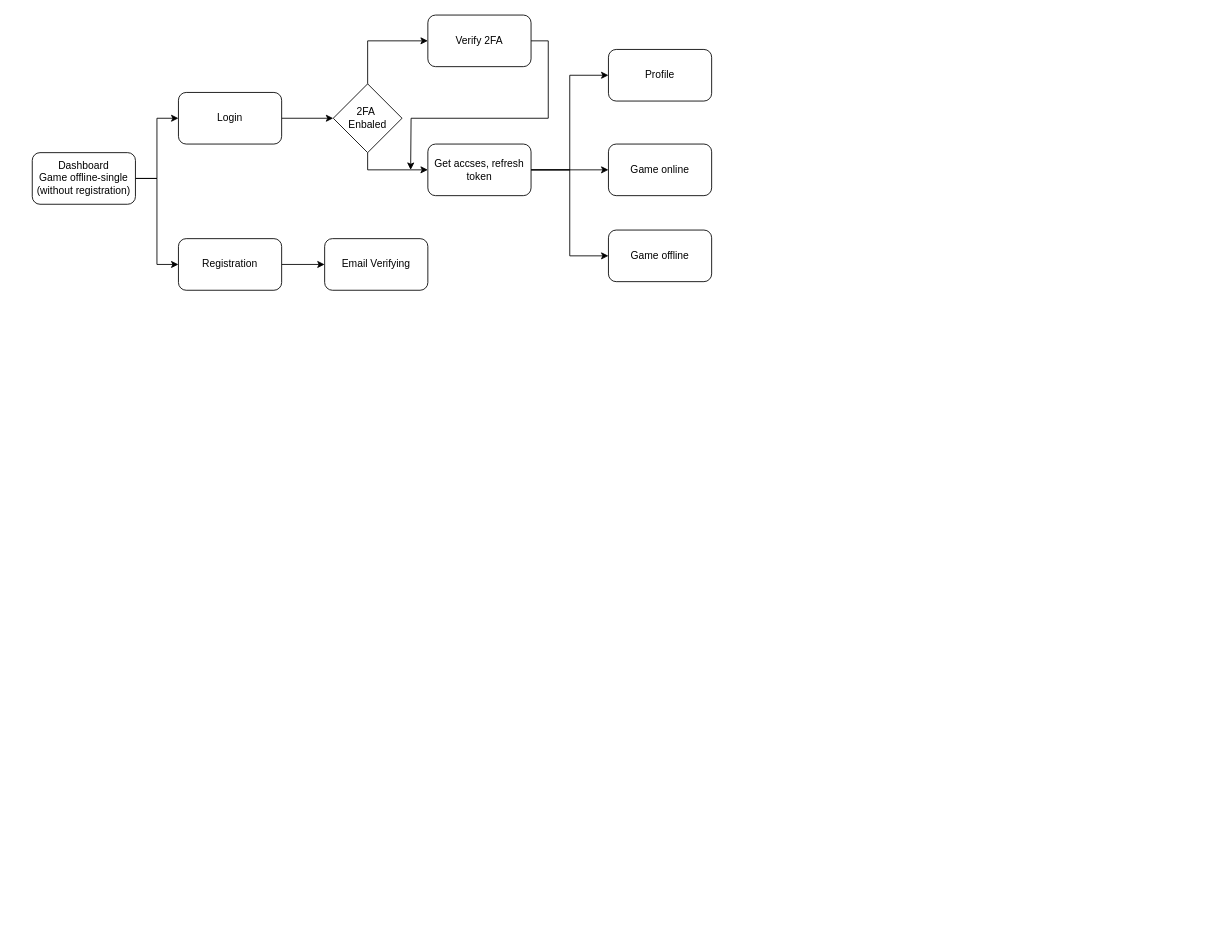
This is docs/ft_transcendese flow.drawio from shokdot/ft_transcendence, a draw.io file, before an edit. Source tidied: cells renumbered, new cells numbered last; positions are measured from the earlier drawing's top-left corner, leaving out a move shared by most shapes. Both pictures are drawn from the tidied source at 86%, with x=0, y=0 at pixel (32, 15).
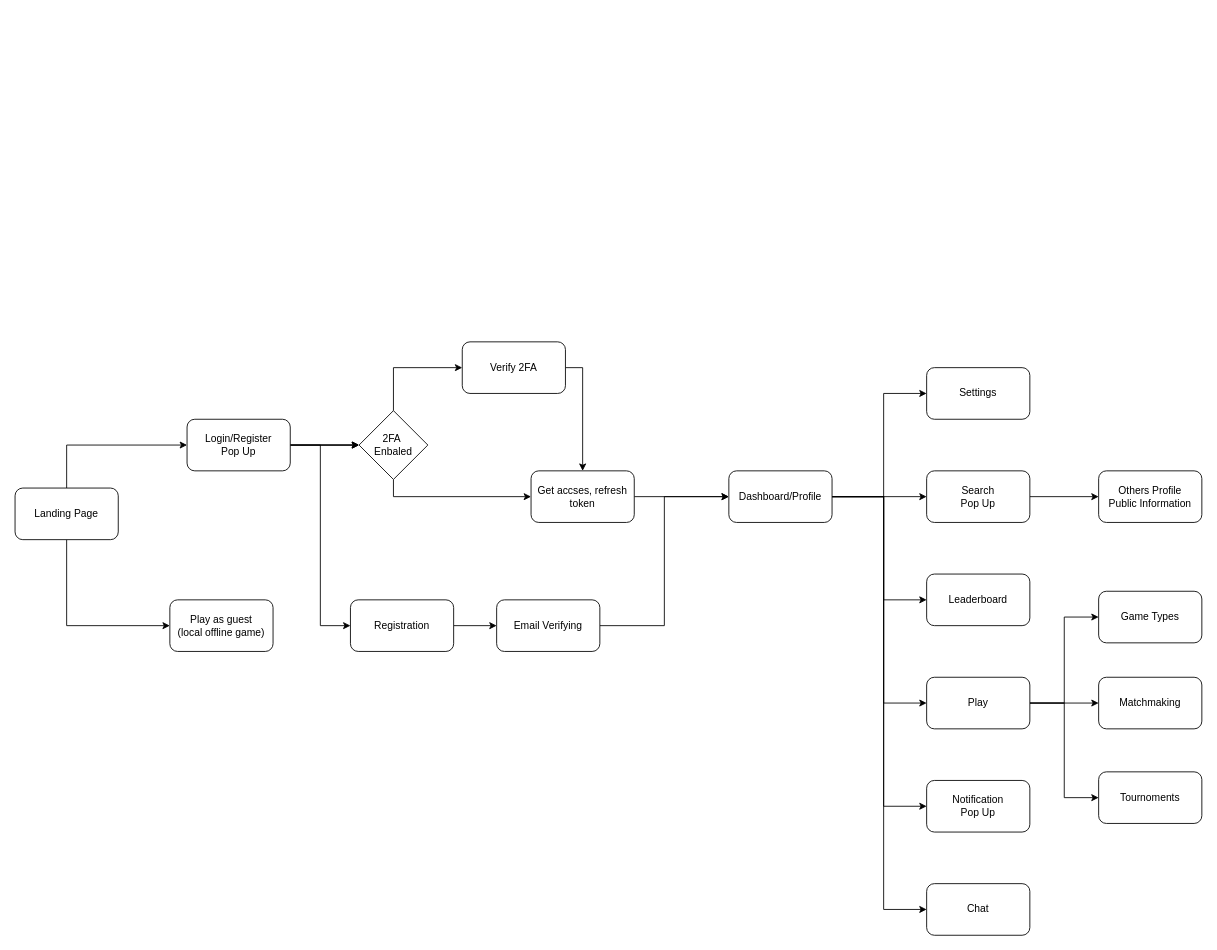
Above is the later version.

Commit message:
docs: add more workflow diagrams

What changed in the source:
```diff
@@
-    <mxCell id="2" style="edgeStyle=orthogonalEdgeStyle;rounded=0;jettySize=auto;html=1;entryX=0;entryY=0.5;entryDx=0;entryDy=0;" parent="1" edge="1" source="4" target="6">
-      <mxGeometry relative="1" as="geometry" />
-    </mxCell>
-    <mxCell id="3" style="edgeStyle=orthogonalEdgeStyle;rounded=0;jettySize=auto;html=1;entryX=0;entryY=0.5;entryDx=0;entryDy=0;" parent="1" edge="1" source="4" target="8">
-      <mxGeometry relative="1" as="geometry" />
-    </mxCell>
-    <mxCell id="4" value="Dashboard&lt;div&gt;Game offline-single&lt;br&gt;(without registration)&lt;/div&gt;" style="rounded=1;whiteSpace=wrap;html=1;" parent="1" vertex="1">
-      <mxGeometry y="160" width="120" height="60" as="geometry" />
-    </mxCell>
-    <mxCell id="5" style="edgeStyle=orthogonalEdgeStyle;rounded=0;jettySize=auto;html=1;entryX=0;entryY=0.5;entryDx=0;entryDy=0;" parent="1" edge="1" source="6" target="12">
-      <mxGeometry relative="1" as="geometry" />
-    </mxCell>
-    <mxCell id="6" value="Login" style="rounded=1;whiteSpace=wrap;html=1;" parent="1" vertex="1">
-      <mxGeometry x="170" y="90" width="120" height="60" as="geometry" />
-    </mxCell>
-    <mxCell id="7" style="edgeStyle=orthogonalEdgeStyle;rounded=0;jettySize=auto;html=1;" parent="1" edge="1" source="8" target="9">
-      <mxGeometry relative="1" as="geometry" />
-    </mxCell>
-    <mxCell id="8" value="Registration" style="rounded=1;whiteSpace=wrap;html=1;" parent="1" vertex="1">
-      <mxGeometry x="170" y="260" width="120" height="60" as="geometry" />
-    </mxCell>
-    <mxCell id="9" value="Email Verifying" style="rounded=1;whiteSpace=wrap;html=1;" parent="1" vertex="1">
-      <mxGeometry x="340" y="260" width="120" height="60" as="geometry" />
-    </mxCell>
+    <mxCell id="22" style="edgeStyle=orthogonalEdgeStyle;rounded=0;jettySize=auto;html=1;" parent="1" edge="1" source="24" target="29">
+      <mxGeometry relative="1" as="geometry">
+        <Array as="points">
+          <mxPoint x="40" y="500" />
+        </Array>
+      </mxGeometry>
+    </mxCell>
+    <mxCell id="23" style="edgeStyle=orthogonalEdgeStyle;rounded=0;jettySize=auto;html=1;" parent="1" edge="1" source="24" target="30">
+      <mxGeometry relative="1" as="geometry">
+        <Array as="points">
+          <mxPoint x="40" y="710" />
+        </Array>
+      </mxGeometry>
+    </mxCell>
+    <mxCell id="24" value="Landing Page" style="rounded=1;whiteSpace=wrap;html=1;" parent="1" vertex="1">
+      <mxGeometry x="-20" y="550" width="120" height="60" as="geometry" />
+    </mxCell>
+    <mxCell id="25" style="edgeStyle=orthogonalEdgeStyle;rounded=0;jettySize=auto;html=1;entryX=0;entryY=0.5;entryDx=0;entryDy=0;" parent="1" edge="1" source="29" target="12">
+      <mxGeometry relative="1" as="geometry" />
+    </mxCell>
+    <mxCell id="26" style="edgeStyle=orthogonalEdgeStyle;rounded=0;jettySize=auto;html=1;" parent="1" edge="1" source="29" target="12">
+      <mxGeometry relative="1" as="geometry" />
+    </mxCell>
+    <mxCell id="27" style="edgeStyle=orthogonalEdgeStyle;rounded=0;jettySize=auto;html=1;" parent="1" edge="1" source="29" target="12">
+      <mxGeometry relative="1" as="geometry" />
+    </mxCell>
+    <mxCell id="28" style="edgeStyle=orthogonalEdgeStyle;rounded=0;jettySize=auto;html=1;entryX=0;entryY=0.5;entryDx=0;entryDy=0;" parent="1" edge="1" source="29" target="8">
+      <mxGeometry relative="1" as="geometry" />
+    </mxCell>
+    <mxCell id="29" value="Login/Register&lt;div&gt;Pop Up&lt;/div&gt;" style="whiteSpace=wrap;html=1;rounded=1;" parent="1" vertex="1">
+      <mxGeometry x="180" y="470" width="120" height="60" as="geometry" />
+    </mxCell>
+    <mxCell id="30" value="Play as guest&lt;div&gt;(local offline game)&lt;/div&gt;" style="whiteSpace=wrap;html=1;rounded=1;" parent="1" vertex="1">
+      <mxGeometry x="160" y="680" width="120" height="60" as="geometry" />
+    </mxCell>
@@
     <mxCell id="12" value="2FA&amp;nbsp;&lt;div&gt;Enbaled&lt;/div&gt;" style="rhombus;whiteSpace=wrap;html=1;" parent="1" vertex="1">
-      <mxGeometry x="350" y="80" width="80" height="80" as="geometry" />
+      <mxGeometry x="380" y="460" width="80" height="80" as="geometry" />
     </mxCell>
-    <mxCell id="13" style="edgeStyle=orthogonalEdgeStyle;rounded=0;jettySize=auto;html=1;exitX=1;exitY=0.5;exitDx=0;exitDy=0;" parent="1" edge="1" source="14">
-      <mxGeometry relative="1" as="geometry">
-        <mxPoint x="440" y="180" as="targetPoint" />
-      </mxGeometry>
-    </mxCell>
+    <mxCell id="31" style="edgeStyle=orthogonalEdgeStyle;rounded=0;jettySize=auto;html=1;exitX=1;exitY=0.5;exitDx=0;exitDy=0;entryX=0.5;entryY=0;entryDx=0;entryDy=0;" parent="1" edge="1" source="14" target="18">
+      <mxGeometry relative="1" as="geometry" />
+    </mxCell>
     <mxCell id="14" value="Verify 2FA" style="rounded=1;whiteSpace=wrap;html=1;" parent="1" vertex="1">
-      <mxGeometry x="460" width="120" height="60" as="geometry" />
+      <mxGeometry x="500" y="380" width="120" height="60" as="geometry" />
     </mxCell>
-    <mxCell id="15" style="edgeStyle=orthogonalEdgeStyle;rounded=0;jettySize=auto;html=1;exitX=1;exitY=0.5;exitDx=0;exitDy=0;entryX=0;entryY=0.5;entryDx=0;entryDy=0;" parent="1" edge="1" source="18" target="19">
-      <mxGeometry relative="1" as="geometry" />
-    </mxCell>
-    <mxCell id="16" style="edgeStyle=orthogonalEdgeStyle;rounded=0;jettySize=auto;html=1;exitX=1;exitY=0.5;exitDx=0;exitDy=0;" parent="1" edge="1" source="18" target="20">
-      <mxGeometry relative="1" as="geometry" />
-    </mxCell>
-    <mxCell id="17" style="edgeStyle=orthogonalEdgeStyle;rounded=0;jettySize=auto;html=1;exitX=1;exitY=0.5;exitDx=0;exitDy=0;entryX=0;entryY=0.5;entryDx=0;entryDy=0;" parent="1" edge="1" source="18" target="21">
-      <mxGeometry relative="1" as="geometry" />
-    </mxCell>
+    <mxCell id="32" style="edgeStyle=orthogonalEdgeStyle;rounded=0;jettySize=auto;html=1;entryX=0;entryY=0.5;entryDx=0;entryDy=0;" parent="1" edge="1" source="18" target="40">
+      <mxGeometry relative="1" as="geometry" />
+    </mxCell>
     <mxCell id="18" value="Get accses, refresh token" style="rounded=1;whiteSpace=wrap;html=1;" parent="1" vertex="1">
-      <mxGeometry x="460" y="150" width="120" height="60" as="geometry" />
+      <mxGeometry x="580" y="530" width="120" height="60" as="geometry" />
     </mxCell>
-    <mxCell id="19" value="Profile" style="rounded=1;whiteSpace=wrap;html=1;" parent="1" vertex="1">
-      <mxGeometry x="670" y="40" width="120" height="60" as="geometry" />
-    </mxCell>
-    <mxCell id="20" value="Game online" style="rounded=1;whiteSpace=wrap;html=1;" parent="1" vertex="1">
-      <mxGeometry x="670" y="150" width="120" height="60" as="geometry" />
-    </mxCell>
-    <mxCell id="21" value="Game offline" style="rounded=1;whiteSpace=wrap;html=1;" parent="1" vertex="1">
-      <mxGeometry x="670" y="250" width="120" height="60" as="geometry" />
-    </mxCell>
+    <mxCell id="7" style="edgeStyle=orthogonalEdgeStyle;rounded=0;jettySize=auto;html=1;entryX=0;entryY=0.5;entryDx=0;entryDy=0;" parent="1" edge="1" source="8" target="9">
+      <mxGeometry relative="1" as="geometry" />
+    </mxCell>
+    <mxCell id="8" value="Registration" style="rounded=1;whiteSpace=wrap;html=1;" parent="1" vertex="1">
+      <mxGeometry x="370" y="680" width="120" height="60" as="geometry" />
+    </mxCell>
+    <mxCell id="33" style="edgeStyle=orthogonalEdgeStyle;rounded=0;jettySize=auto;html=1;entryX=0;entryY=0.5;entryDx=0;entryDy=0;" parent="1" edge="1" source="9" target="40">
+      <mxGeometry relative="1" as="geometry" />
+    </mxCell>
+    <mxCell id="9" value="Email Verifying" style="rounded=1;whiteSpace=wrap;html=1;" parent="1" vertex="1">
+      <mxGeometry x="540" y="680" width="120" height="60" as="geometry" />
+    </mxCell>
+    <mxCell id="34" style="edgeStyle=orthogonalEdgeStyle;rounded=0;jettySize=auto;html=1;exitX=1;exitY=0.5;exitDx=0;exitDy=0;" parent="1" edge="1" source="40" target="43">
+      <mxGeometry relative="1" as="geometry" />
+    </mxCell>
+    <mxCell id="35" style="edgeStyle=orthogonalEdgeStyle;rounded=0;jettySize=auto;html=1;exitX=1;exitY=0.5;exitDx=0;exitDy=0;entryX=0;entryY=0.5;entryDx=0;entryDy=0;" parent="1" edge="1" source="40" target="48">
+      <mxGeometry relative="1" as="geometry">
+        <Array as="points">
+          <mxPoint x="990" y="560" />
+          <mxPoint x="990" y="800" />
+        </Array>
+      </mxGeometry>
+    </mxCell>
+    <mxCell id="36" style="edgeStyle=orthogonalEdgeStyle;rounded=0;jettySize=auto;html=1;entryX=0;entryY=0.5;entryDx=0;entryDy=0;" parent="1" edge="1" source="40" target="50">
+      <mxGeometry relative="1" as="geometry">
+        <Array as="points">
+          <mxPoint x="990" y="560" />
+          <mxPoint x="990" y="920" />
+        </Array>
+      </mxGeometry>
+    </mxCell>
+    <mxCell id="37" style="edgeStyle=orthogonalEdgeStyle;rounded=0;jettySize=auto;html=1;entryX=0;entryY=0.5;entryDx=0;entryDy=0;" parent="1" edge="1" source="40" target="44">
+      <mxGeometry relative="1" as="geometry">
+        <Array as="points">
+          <mxPoint x="990" y="560" />
+          <mxPoint x="990" y="680" />
+        </Array>
+      </mxGeometry>
+    </mxCell>
+    <mxCell id="38" style="edgeStyle=orthogonalEdgeStyle;rounded=0;jettySize=auto;html=1;exitX=1;exitY=0.5;exitDx=0;exitDy=0;entryX=0;entryY=0.5;entryDx=0;entryDy=0;" parent="1" edge="1" source="40" target="41">
+      <mxGeometry relative="1" as="geometry">
+        <Array as="points">
+          <mxPoint x="990" y="560" />
+          <mxPoint x="990" y="440" />
+        </Array>
+      </mxGeometry>
+    </mxCell>
+    <mxCell id="39" style="edgeStyle=orthogonalEdgeStyle;rounded=0;jettySize=auto;html=1;entryX=0;entryY=0.5;entryDx=0;entryDy=0;" parent="1" edge="1" source="40" target="51">
+      <mxGeometry relative="1" as="geometry">
+        <Array as="points">
+          <mxPoint x="990" y="560" />
+          <mxPoint x="990" y="1040" />
+        </Array>
+      </mxGeometry>
+    </mxCell>
+    <mxCell id="40" value="Dashboard/Profile" style="rounded=1;whiteSpace=wrap;html=1;" parent="1" vertex="1">
+      <mxGeometry x="810" y="530" width="120" height="60" as="geometry" />
+    </mxCell>
+    <mxCell id="41" value="Settings" style="rounded=1;whiteSpace=wrap;html=1;" parent="1" vertex="1">
+      <mxGeometry x="1040" y="410" width="120" height="60" as="geometry" />
+    </mxCell>
+    <mxCell id="42" style="edgeStyle=orthogonalEdgeStyle;rounded=0;jettySize=auto;html=1;exitX=1;exitY=0.5;exitDx=0;exitDy=0;" parent="1" edge="1" source="43" target="49">
+      <mxGeometry relative="1" as="geometry" />
+    </mxCell>
+    <mxCell id="43" value="Search&lt;div&gt;Pop Up&lt;/div&gt;" style="rounded=1;whiteSpace=wrap;html=1;" parent="1" vertex="1">
+      <mxGeometry x="1040" y="530" width="120" height="60" as="geometry" />
+    </mxCell>
+    <mxCell id="44" value="Leaderboard" style="rounded=1;whiteSpace=wrap;html=1;" parent="1" vertex="1">
+      <mxGeometry x="1040" y="650" width="120" height="60" as="geometry" />
+    </mxCell>
+    <mxCell id="45" style="edgeStyle=orthogonalEdgeStyle;rounded=0;jettySize=auto;html=1;entryX=0;entryY=0.5;entryDx=0;entryDy=0;" parent="1" edge="1" source="48" target="52">
+      <mxGeometry relative="1" as="geometry" />
+    </mxCell>
+    <mxCell id="46" style="edgeStyle=orthogonalEdgeStyle;rounded=0;jettySize=auto;html=1;" parent="1" edge="1" source="48" target="53">
+      <mxGeometry relative="1" as="geometry" />
+    </mxCell>
+    <mxCell id="47" style="edgeStyle=orthogonalEdgeStyle;rounded=0;jettySize=auto;html=1;entryX=0;entryY=0.5;entryDx=0;entryDy=0;" parent="1" edge="1" source="48" target="54">
+      <mxGeometry relative="1" as="geometry" />
+    </mxCell>
+    <mxCell id="48" value="Play" style="rounded=1;whiteSpace=wrap;html=1;" parent="1" vertex="1">
+      <mxGeometry x="1040" y="770" width="120" height="60" as="geometry" />
+    </mxCell>
+    <mxCell id="49" value="Others Profile&lt;div&gt;Public Information&lt;/div&gt;" style="rounded=1;whiteSpace=wrap;html=1;" parent="1" vertex="1">
+      <mxGeometry x="1240" y="530" width="120" height="60" as="geometry" />
+    </mxCell>
+    <mxCell id="50" value="Notification&lt;div&gt;Pop Up&lt;/div&gt;" style="rounded=1;whiteSpace=wrap;html=1;" parent="1" vertex="1">
+      <mxGeometry x="1040" y="890" width="120" height="60" as="geometry" />
+    </mxCell>
+    <mxCell id="51" value="Chat" style="rounded=1;whiteSpace=wrap;html=1;" parent="1" vertex="1">
+      <mxGeometry x="1040" y="1010" width="120" height="60" as="geometry" />
+    </mxCell>
+    <mxCell id="52" value="Game Types" style="rounded=1;whiteSpace=wrap;html=1;" parent="1" vertex="1">
+      <mxGeometry x="1240" y="670" width="120" height="60" as="geometry" />
+    </mxCell>
+    <mxCell id="53" value="Matchmaking" style="rounded=1;whiteSpace=wrap;html=1;" parent="1" vertex="1">
+      <mxGeometry x="1240" y="770" width="120" height="60" as="geometry" />
+    </mxCell>
+    <mxCell id="54" value="Tournoments" style="rounded=1;whiteSpace=wrap;html=1;" parent="1" vertex="1">
+      <mxGeometry x="1240" y="880" width="120" height="60" as="geometry" />
+    </mxCell>
```
